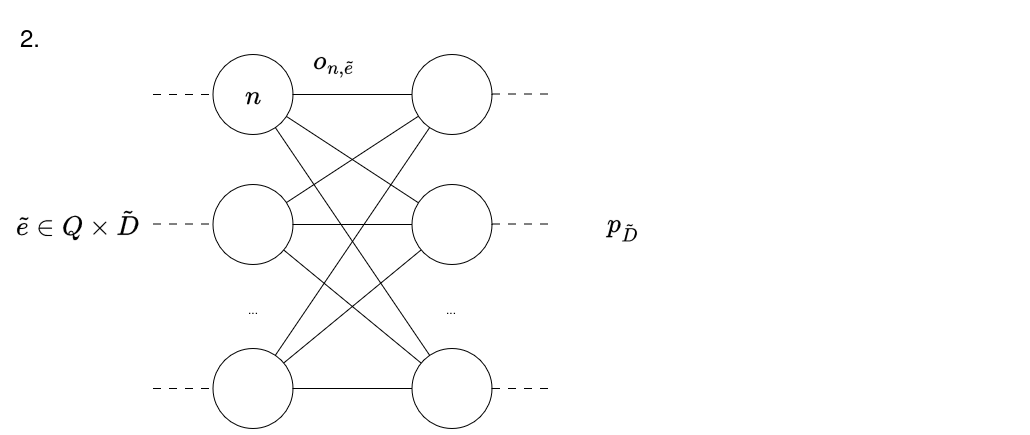
The draw.io diagram seminaireCA/images/activationpatching/Step2_ActivationPatching.drawio.png in madelvallezpro/RAGRights, before a commit. Source tidied: cells renumbered, new cells last; positions are measured from the earlier drawing's top-left corner, leaving out a move shared by most shapes.
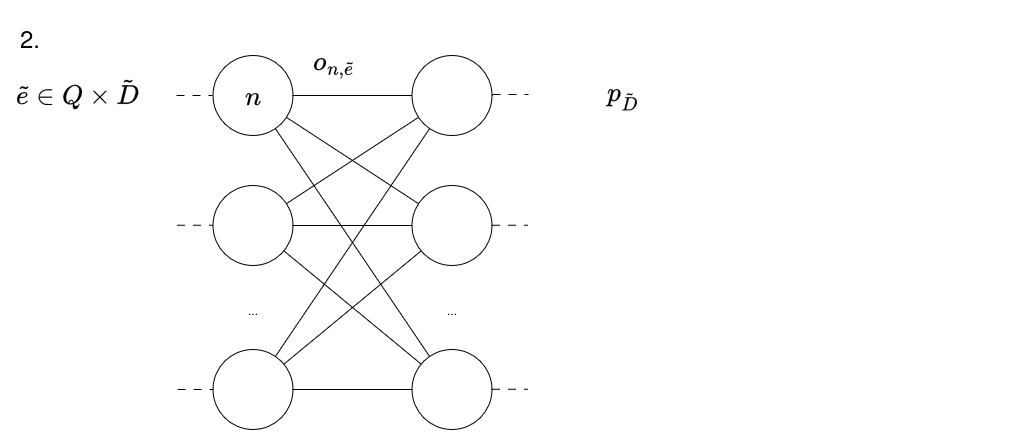
The same file after the commit.

Diff of the diagram source:
```diff
@@ -56,55 +56,56 @@
     <mxCell id="19" style="endArrow=none;html=1;rounded=0;" parent="1" edge="1" source="5" target="9">
       <mxGeometry relative="1" as="geometry" />
     </mxCell>
-    <mxCell id="20" style="endArrow=none;html=1;rounded=0;entryX=0;entryY=0.5;entryDx=0;entryDy=0;dashed=1;dashPattern=8 8;" parent="1" edge="1" target="3">
-      <mxGeometry relative="1" as="geometry">
-        <mxPoint x="152.5" y="95" as="sourcePoint" />
-      </mxGeometry>
+    <mxCell id="20" value="&lt;font style=&quot;font-size: 24px;&quot;&gt;$$\tilde{e} \in Q \times \tilde{D}$$&lt;/font&gt;" style="text;html=1;whiteSpace=wrap;strokeColor=none;fillColor=none;align=center;verticalAlign=middle;rounded=0;" parent="1" vertex="1">
+      <mxGeometry x="17" y="78" width="120" height="30" as="geometry" />
     </mxCell>
-    <mxCell id="21" style="endArrow=none;html=1;rounded=0;entryX=0;entryY=0.5;entryDx=0;entryDy=0;dashed=1;dashPattern=8 8;" parent="1" edge="1">
-      <mxGeometry relative="1" as="geometry">
-        <mxPoint x="152.5" y="224.5" as="sourcePoint" />
-        <mxPoint x="212.5" y="224.5" as="targetPoint" />
-      </mxGeometry>
+    <mxCell id="21" value="&lt;font style=&quot;font-size: 24px;&quot;&gt;$$p_\tilde{D}$$&lt;/font&gt;" style="text;html=1;whiteSpace=wrap;strokeColor=none;fillColor=none;align=center;verticalAlign=middle;rounded=0;" parent="1" vertex="1">
+      <mxGeometry x="592.5" y="78" width="60" height="30" as="geometry" />
     </mxCell>
-    <mxCell id="22" style="endArrow=none;html=1;rounded=0;entryX=0;entryY=0.5;entryDx=0;entryDy=0;dashed=1;dashPattern=8 8;" parent="1" edge="1">
-      <mxGeometry relative="1" as="geometry">
-        <mxPoint x="152.5" y="389" as="sourcePoint" />
-        <mxPoint x="212.5" y="389" as="targetPoint" />
-      </mxGeometry>
+    <mxCell id="22" value="&lt;font style=&quot;font-size: 24px;&quot;&gt;$$o_{n,\tilde{e}}$$&lt;/font&gt;" style="text;html=1;whiteSpace=wrap;strokeColor=none;fillColor=none;align=center;verticalAlign=middle;rounded=0;" parent="1" vertex="1">
+      <mxGeometry x="303.5" y="47" width="60" height="30" as="geometry" />
     </mxCell>
-    <mxCell id="23" style="endArrow=none;html=1;rounded=0;entryX=0;entryY=0.5;entryDx=0;entryDy=0;dashed=1;dashPattern=8 8;" parent="1" edge="1">
-      <mxGeometry relative="1" as="geometry">
-        <mxPoint x="491.5" y="94.5" as="sourcePoint" />
-        <mxPoint x="551.5" y="94.5" as="targetPoint" />
-      </mxGeometry>
+    <mxCell id="23" value="&lt;font style=&quot;font-size: 24px;&quot;&gt;$$n$$&lt;/font&gt;" style="text;html=1;whiteSpace=wrap;strokeColor=none;fillColor=none;align=center;verticalAlign=middle;rounded=0;" parent="1" vertex="1">
+      <mxGeometry x="222.5" y="80" width="60" height="30" as="geometry" />
     </mxCell>
-    <mxCell id="24" style="endArrow=none;html=1;rounded=0;entryX=0;entryY=0.5;entryDx=0;entryDy=0;dashed=1;dashPattern=8 8;" parent="1" edge="1">
-      <mxGeometry relative="1" as="geometry">
-        <mxPoint x="491.5" y="224.5" as="sourcePoint" />
-        <mxPoint x="551.5" y="224.5" as="targetPoint" />
-      </mxGeometry>
+    <mxCell id="24" value="&lt;font style=&quot;font-size: 24px;&quot;&gt;2.&lt;/font&gt;" style="text;html=1;whiteSpace=wrap;strokeColor=none;fillColor=none;align=center;verticalAlign=middle;rounded=0;" parent="1" vertex="1">
+      <mxGeometry y="23" width="60" height="30" as="geometry" />
     </mxCell>
     <mxCell id="25" style="endArrow=none;html=1;rounded=0;entryX=0;entryY=0.5;entryDx=0;entryDy=0;dashed=1;dashPattern=8 8;" parent="1" edge="1">
       <mxGeometry relative="1" as="geometry">
-        <mxPoint x="491.5" y="389" as="sourcePoint" />
-        <mxPoint x="551.5" y="389" as="targetPoint" />
+        <mxPoint x="176" y="95" as="sourcePoint" />
+        <mxPoint x="212" y="95" as="targetPoint" />
       </mxGeometry>
     </mxCell>
-    <mxCell id="26" value="&lt;font style=&quot;font-size: 24px;&quot;&gt;$$\tilde{e} \in Q \times \tilde{D}$$&lt;/font&gt;" style="text;html=1;whiteSpace=wrap;strokeColor=none;fillColor=none;align=center;verticalAlign=middle;rounded=0;" parent="1" vertex="1">
-      <mxGeometry x="17" y="210" width="120" height="30" as="geometry" />
+    <mxCell id="26" style="endArrow=none;html=1;rounded=0;entryX=0;entryY=0.5;entryDx=0;entryDy=0;dashed=1;dashPattern=8 8;" parent="1" edge="1">
+      <mxGeometry relative="1" as="geometry">
+        <mxPoint x="176.5" y="224.8" as="sourcePoint" />
+        <mxPoint x="212.5" y="224.8" as="targetPoint" />
+      </mxGeometry>
     </mxCell>
-    <mxCell id="27" value="&lt;font style=&quot;font-size: 24px;&quot;&gt;$$p_\tilde{D}$$&lt;/font&gt;" style="text;html=1;whiteSpace=wrap;strokeColor=none;fillColor=none;align=center;verticalAlign=middle;rounded=0;" parent="1" vertex="1">
-      <mxGeometry x="592.5" y="210" width="60" height="30" as="geometry" />
+    <mxCell id="27" style="endArrow=none;html=1;rounded=0;entryX=0;entryY=0.5;entryDx=0;entryDy=0;dashed=1;dashPattern=8 8;" parent="1" edge="1">
+      <mxGeometry relative="1" as="geometry">
+        <mxPoint x="177" y="389" as="sourcePoint" />
+        <mxPoint x="213" y="389" as="targetPoint" />
+      </mxGeometry>
     </mxCell>
-    <mxCell id="28" value="&lt;font style=&quot;font-size: 24px;&quot;&gt;$$o_{n,\tilde{e}}$$&lt;/font&gt;" style="text;html=1;whiteSpace=wrap;strokeColor=none;fillColor=none;align=center;verticalAlign=middle;rounded=0;" parent="1" vertex="1">
-      <mxGeometry x="303.5" y="47" width="60" height="30" as="geometry" />
+    <mxCell id="28" style="endArrow=none;html=1;rounded=0;entryX=0;entryY=0.5;entryDx=0;entryDy=0;dashed=1;dashPattern=8 8;" parent="1" edge="1">
+      <mxGeometry relative="1" as="geometry">
+        <mxPoint x="492" y="94" as="sourcePoint" />
+        <mxPoint x="528" y="94" as="targetPoint" />
+      </mxGeometry>
     </mxCell>
-    <mxCell id="29" value="&lt;font style=&quot;font-size: 24px;&quot;&gt;$$n$$&lt;/font&gt;" style="text;html=1;whiteSpace=wrap;strokeColor=none;fillColor=none;align=center;verticalAlign=middle;rounded=0;" parent="1" vertex="1">
-      <mxGeometry x="222.5" y="80" width="60" height="30" as="geometry" />
+    <mxCell id="29" style="endArrow=none;html=1;rounded=0;entryX=0;entryY=0.5;entryDx=0;entryDy=0;dashed=1;dashPattern=8 8;" parent="1" edge="1">
+      <mxGeometry relative="1" as="geometry">
+        <mxPoint x="491.5" y="224.8" as="sourcePoint" />
+        <mxPoint x="527.5" y="224.8" as="targetPoint" />
+      </mxGeometry>
     </mxCell>
-    <mxCell id="30" value="&lt;font style=&quot;font-size: 24px;&quot;&gt;2.&lt;/font&gt;" style="text;html=1;whiteSpace=wrap;strokeColor=none;fillColor=none;align=center;verticalAlign=middle;rounded=0;" parent="1" vertex="1">
-      <mxGeometry y="23" width="60" height="30" as="geometry" />
+    <mxCell id="30" style="endArrow=none;html=1;rounded=0;entryX=0;entryY=0.5;entryDx=0;entryDy=0;dashed=1;dashPattern=8 8;" parent="1" edge="1">
+      <mxGeometry relative="1" as="geometry">
+        <mxPoint x="491.5" y="388.8" as="sourcePoint" />
+        <mxPoint x="527.5" y="388.8" as="targetPoint" />
+      </mxGeometry>
     </mxCell>
   </root>
 </mxGraphModel>
```
